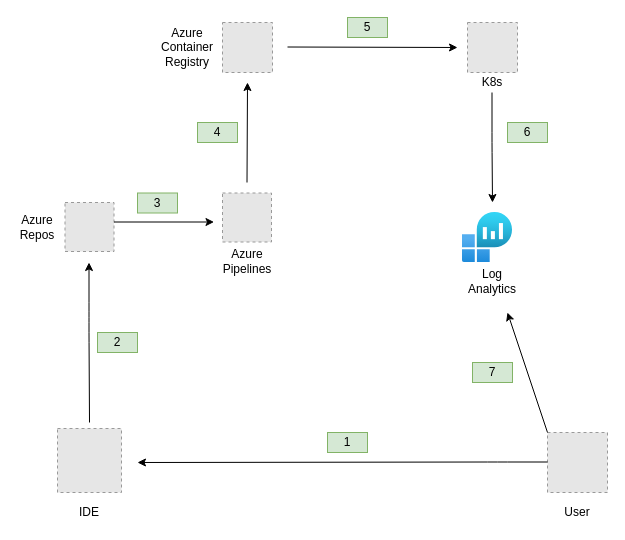
Earlier version of the draw.io diagram Diagrams/Ci_Cd_Architecture.drawio (Schiiss/Containerized-App-POC). Source tidied: cells renumbered, new cells numbered last; positions are measured from the earlier drawing's top-left corner, leaving out a move shared by most shapes. Both pictures are drawn from the tidied source at 100%, with x=0, y=0 at pixel (17, 17). Pictures stored in the file or linked from it are replaced by grey dashed boxes.
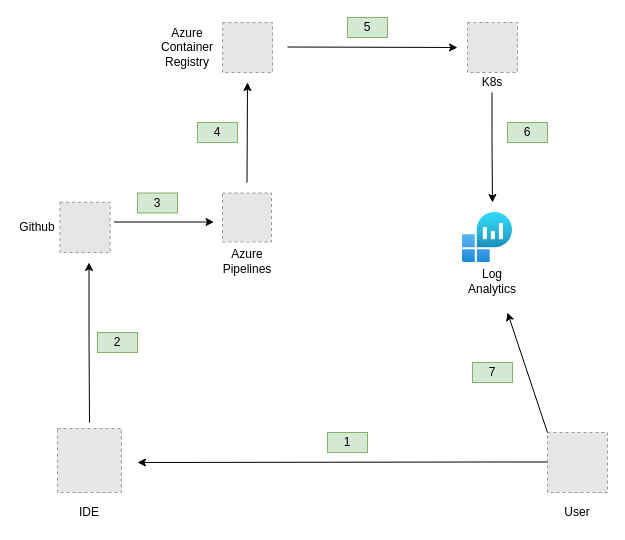
After the change.

Commit message:
Updated architecture diagram to have code pushed to github

Diff of the diagram source:
```diff
@@
-    <mxCell id="5" style="fillColor=#E6E6E6;strokeColor=#999999;dashed=1;verticalLabelPosition=bottom;verticalAlign=top;" parent="1" vertex="1">
-      <mxGeometry x="47.5" y="185" width="49" height="49" as="geometry" />
-    </mxCell>
@@
-    <mxCell id="18" value="Azure Repos" style="text;html=1;strokeColor=none;fillColor=none;align=center;verticalAlign=middle;whiteSpace=wrap;rounded=0;" parent="1" vertex="1">
+    <mxCell id="18" value="Github" style="text;html=1;strokeColor=none;fillColor=none;align=center;verticalAlign=middle;whiteSpace=wrap;rounded=0;" parent="1" vertex="1">
       <mxGeometry y="199.5" width="40" height="20" as="geometry" />
     </mxCell>
@@
+    <mxCell id="30" style="fillColor=#E6E6E6;strokeColor=#999999;dashed=1;verticalLabelPosition=bottom;verticalAlign=top;" parent="1" vertex="1">
+      <mxGeometry x="42.5" y="184.8" width="50.2" height="50.2" as="geometry" />
+    </mxCell>
```
